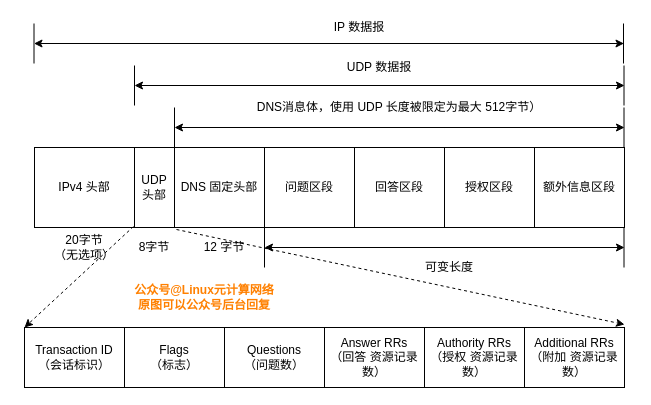
The draw.io diagram dnsheader.drawio in ctimbai/draw.io, before the edit. Source tidied: cells renumbered, new cells numbered last; positions are measured from the earlier drawing's top-left corner, leaving out a move shared by most shapes. Both pictures are drawn from the tidied source at 100%, with x=0, y=0 at pixel (24, 17).
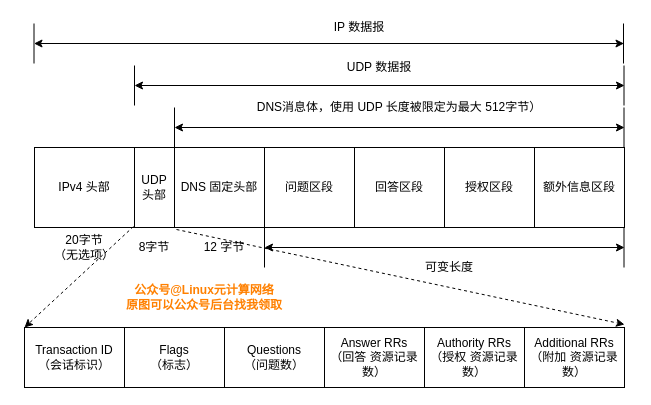
After the change.

Diff of the diagram source:
```diff
@@
-    <mxCell id="37" value="&lt;font color=&quot;#ff8000&quot;&gt;&lt;b&gt;公众号@Linux元计算网络&lt;br&gt;原图可以公众号后台回复&lt;br&gt;&lt;/b&gt;&lt;/font&gt;" style="text;html=1;strokeColor=none;fillColor=none;align=center;verticalAlign=middle;whiteSpace=wrap;rounded=0;" parent="1" vertex="1">
+    <mxCell id="37" value="&lt;font color=&quot;#ff8000&quot;&gt;&lt;b&gt;公众号@Linux元计算网络&lt;br&gt;原图可以公众号后台找我领取&lt;br&gt;&lt;/b&gt;&lt;/font&gt;" style="text;html=1;strokeColor=none;fillColor=none;align=center;verticalAlign=middle;whiteSpace=wrap;rounded=0;" parent="1" vertex="1">
       <mxGeometry x="100" y="270" width="160" height="20" as="geometry" />
     </mxCell>
```
